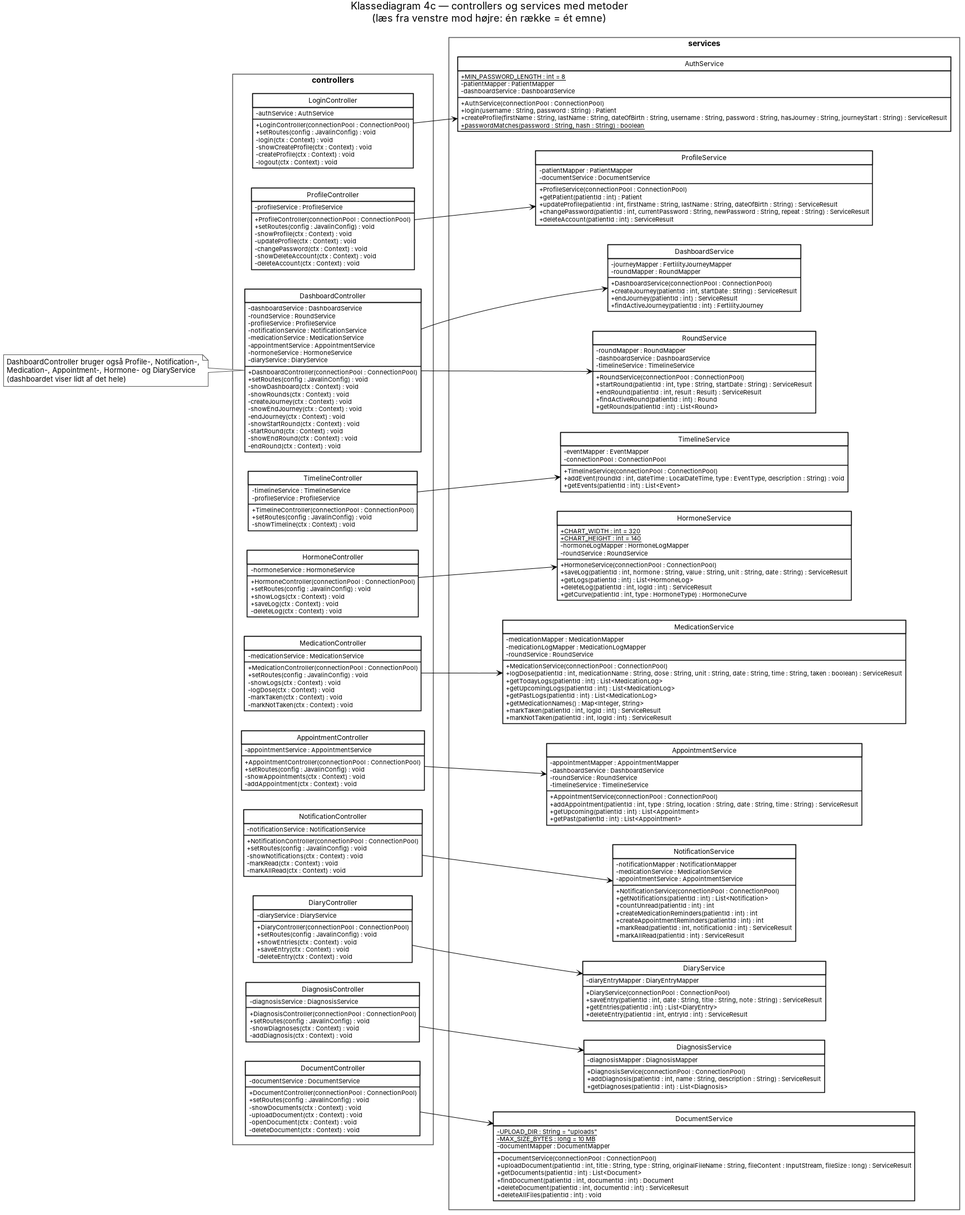
BesimaP/Simpl-PET-project keeps this PlantUML diagram as doc/static/Klassediagram4c.png. Above is the earlier version. Its source is kept beside it as doc/static/Klassediagram4c.puml.
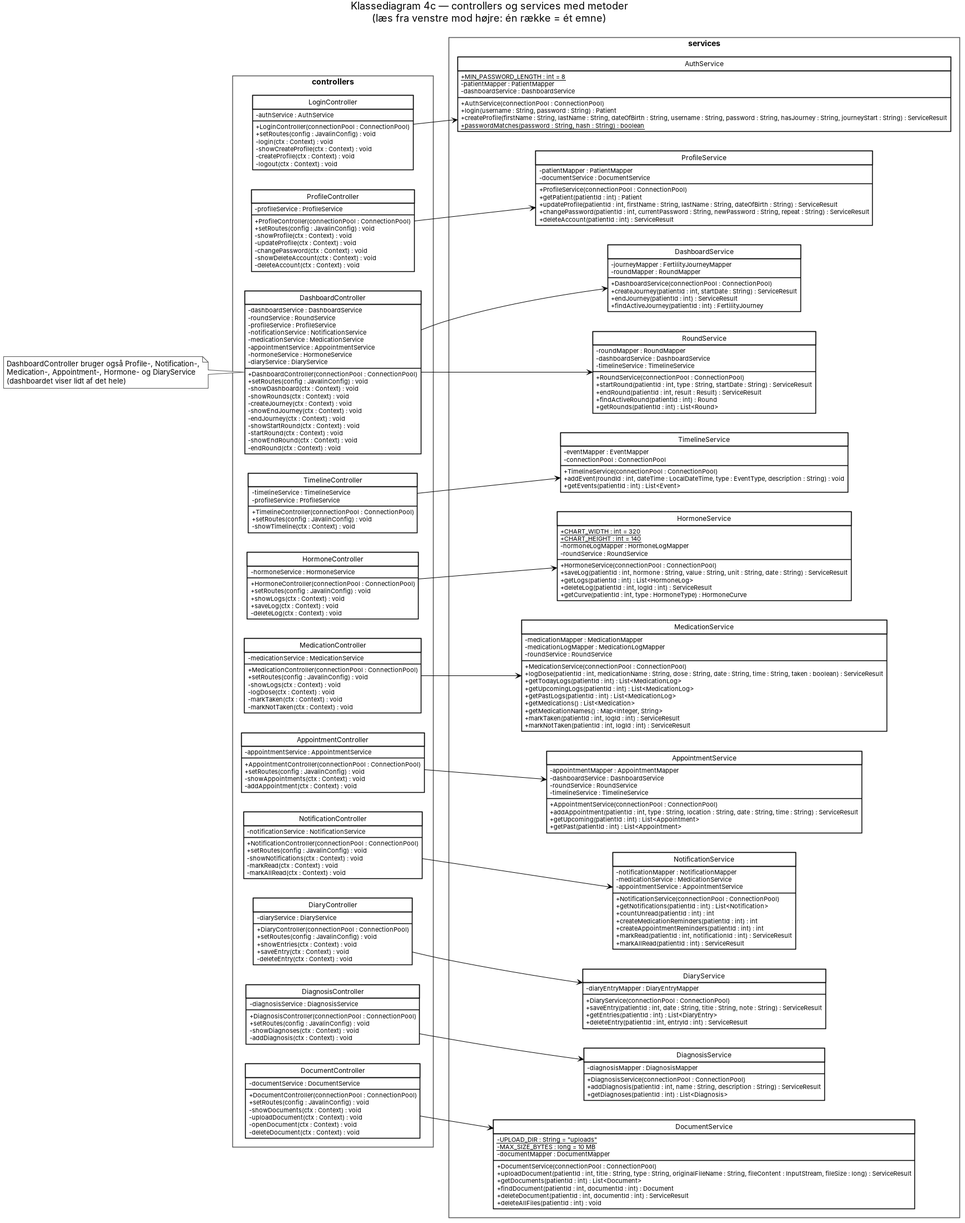
Above is the later version.

The edit, as a diff of the source:
```diff
@@ -200,10 +200,11 @@
     - medicationLogMapper : MedicationLogMapper
     - roundService : RoundService
     + MedicationService(connectionPool : ConnectionPool)
-    + logDose(patientId : int, medicationName : String, dose : String, unit : String, date : String, time : String, taken : boolean) : ServiceResult
+    + logDose(patientId : int, medicationName : String, dose : String, date : String, time : String, taken : boolean) : ServiceResult
     + getTodayLogs(patientId : int) : List<MedicationLog>
     + getUpcomingLogs(patientId : int) : List<MedicationLog>
     + getPastLogs(patientId : int) : List<MedicationLog>
+    + getMedications() : List<Medication>
     + getMedicationNames() : Map<Integer, String>
     + markTaken(patientId : int, logId : int) : ServiceResult
     + markNotTaken(patientId : int, logId : int) : ServiceResult
```
